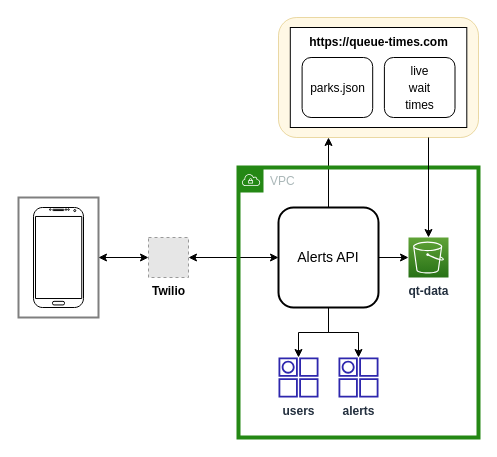
Above: docs/queue_times_app_diagram.drawio in caseyjohnsonwv/firewatch (draw.io), before the change. Source tidied: cells renumbered, new cells numbered last; positions are measured from the earlier drawing's top-left corner, leaving out a move shared by most shapes. Both pictures are drawn from the tidied source at 100%, with x=0, y=0 at pixel (18, 17). Pictures stored in the file or linked from it are replaced by grey dashed boxes.
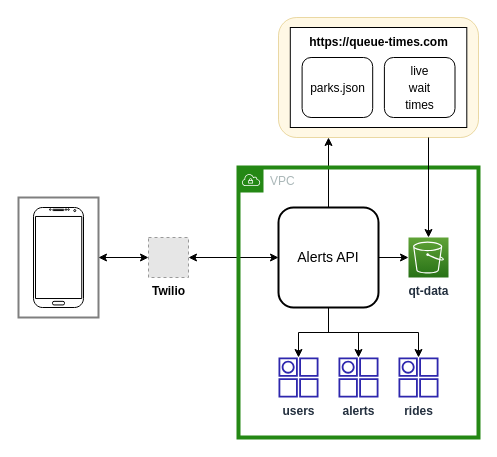
After the change.

The change refers to these unchanged cells:
```xml
<mxCell id="12" value="&lt;span style=&quot;font-size: 14px&quot;&gt;Alerts API&lt;/span&gt;" style="rounded=1;whiteSpace=wrap;html=1;strokeColor=#000000;strokeWidth=2;fillColor=#FFFFFF;" parent="1" vertex="1">
  <mxGeometry x="260" y="190" width="100" height="100" as="geometry" />
</mxCell>
```

Diff of the diagram source:
```diff
@@
+    <mxCell id="25" style="edgeStyle=orthogonalEdgeStyle;rounded=0;jettySize=auto;html=1;exitX=0.5;exitY=1;exitDx=0;exitDy=0;" parent="1" edge="1" source="12" target="26">
+      <mxGeometry relative="1" as="geometry" />
+    </mxCell>
@@
+    <mxCell id="26" value="&lt;b&gt;&lt;font style=&quot;font-size: 12px&quot;&gt;rides&lt;br&gt;&lt;/font&gt;&lt;/b&gt;" style="sketch=0;outlineConnect=0;fontColor=#232F3E;gradientColor=none;fillColor=#2E27AD;strokeColor=none;dashed=0;verticalLabelPosition=bottom;verticalAlign=top;align=center;html=1;fontSize=12;fontStyle=0;shape=mxgraph.aws4.attribute;" parent="1" vertex="1">
+      <mxGeometry x="380" y="340" width="40" height="40" as="geometry" />
+    </mxCell>
```
